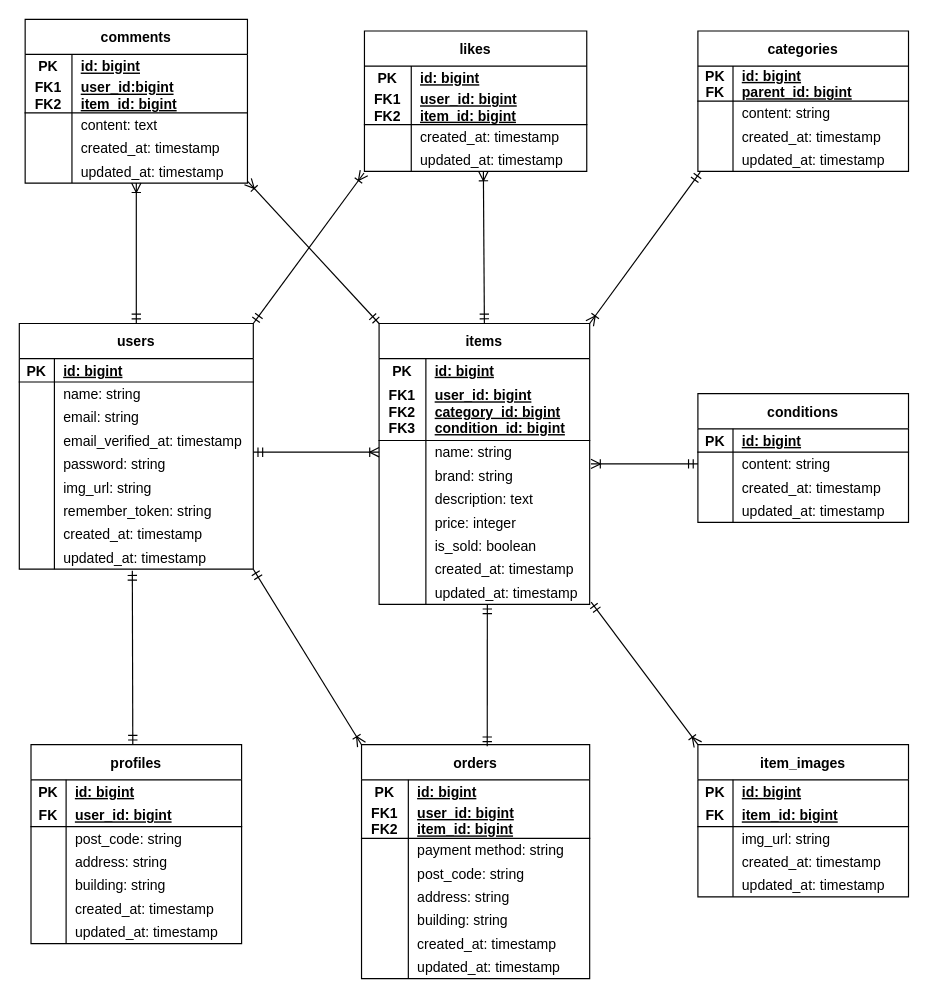
This is docs/er-diagram.drawio from Kazu-Ando220/flea-market, a draw.io file, before an edit. Source tidied: cells renumbered, new cells numbered last; positions are measured from the earlier drawing's top-left corner, leaving out a move shared by most shapes. Both pictures are drawn from the tidied source at 117%, with x=0, y=0 at pixel (19, 19).
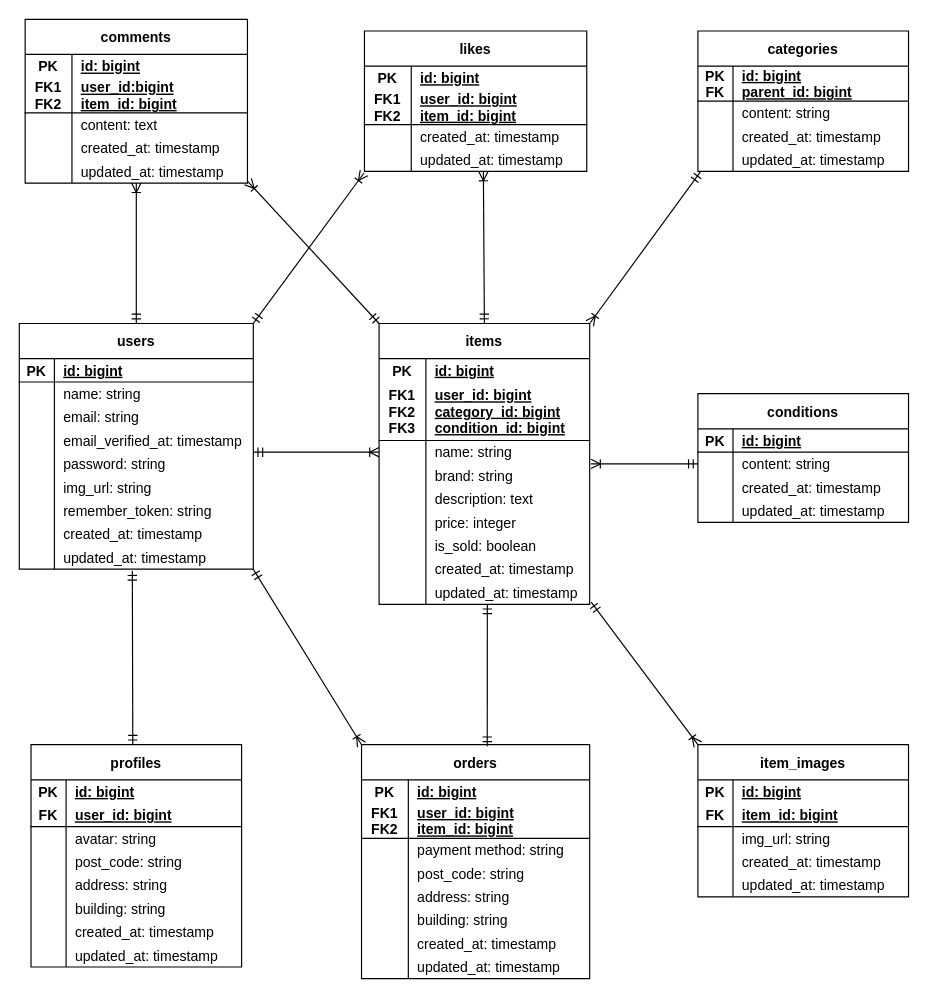
The same diagram, later.

Change to the diagram source:
```diff
@@
     <mxCell id="30" value="profiles" style="shape=table;startSize=30;childLayout=tableLayout;rowLines=0;fontStyle=1;align=center;" parent="1" vertex="1">
-      <mxGeometry x="10" y="620" width="180" height="170" as="geometry" />
+      <mxGeometry x="10" y="620" width="180" height="190" as="geometry" />
     </mxCell>
@@
+    <mxCell id="187" style="shape=tableRow;horizontal=0;startSize=0;swimlaneHead=0;swimlaneBody=0;fillColor=none;top=0;left=0;right=0;bottom=0;" parent="30" vertex="1">
+      <mxGeometry y="70" width="180" height="20" as="geometry" />
+    </mxCell>
+    <mxCell id="188" style="shape=partialRectangle;fillColor=none;top=0;left=0;bottom=0;right=0;overflow=hidden;" parent="187" vertex="1">
+      <mxGeometry width="30" height="20" as="geometry" />
+    </mxCell>
+    <mxCell id="189" value="avatar: string" style="shape=partialRectangle;fillColor=none;top=0;left=0;bottom=0;right=0;align=left;spacingLeft=6;overflow=hidden;" parent="187" vertex="1">
+      <mxGeometry x="30" width="150" height="20" as="geometry" />
+    </mxCell>
     <mxCell id="37" style="shape=tableRow;horizontal=0;startSize=0;swimlaneHead=0;swimlaneBody=0;fillColor=none;top=0;left=0;right=0;bottom=0;" parent="30" vertex="1">
-      <mxGeometry y="70" width="180" height="20" as="geometry" />
+      <mxGeometry y="90" width="180" height="20" as="geometry" />
     </mxCell>
@@
     <mxCell id="40" style="shape=tableRow;horizontal=0;startSize=0;swimlaneHead=0;swimlaneBody=0;fillColor=none;top=0;left=0;right=0;bottom=0;" parent="30" vertex="1">
-      <mxGeometry y="90" width="180" height="20" as="geometry" />
+      <mxGeometry y="110" width="180" height="20" as="geometry" />
     </mxCell>
@@
     <mxCell id="43" style="shape=tableRow;horizontal=0;startSize=0;swimlaneHead=0;swimlaneBody=0;fillColor=none;top=0;left=0;right=0;bottom=0;" parent="30" vertex="1">
-      <mxGeometry y="110" width="180" height="20" as="geometry" />
+      <mxGeometry y="130" width="180" height="20" as="geometry" />
     </mxCell>
@@
     <mxCell id="46" style="shape=tableRow;horizontal=0;startSize=0;swimlaneHead=0;swimlaneBody=0;fillColor=none;top=0;left=0;right=0;bottom=0;" parent="30" vertex="1">
-      <mxGeometry y="130" width="180" height="20" as="geometry" />
+      <mxGeometry y="150" width="180" height="20" as="geometry" />
     </mxCell>
@@
     <mxCell id="49" style="shape=tableRow;horizontal=0;startSize=0;swimlaneHead=0;swimlaneBody=0;fillColor=none;top=0;left=0;right=0;bottom=0;" parent="30" vertex="1">
-      <mxGeometry y="150" width="180" height="20" as="geometry" />
+      <mxGeometry y="170" width="180" height="20" as="geometry" />
     </mxCell>
```
